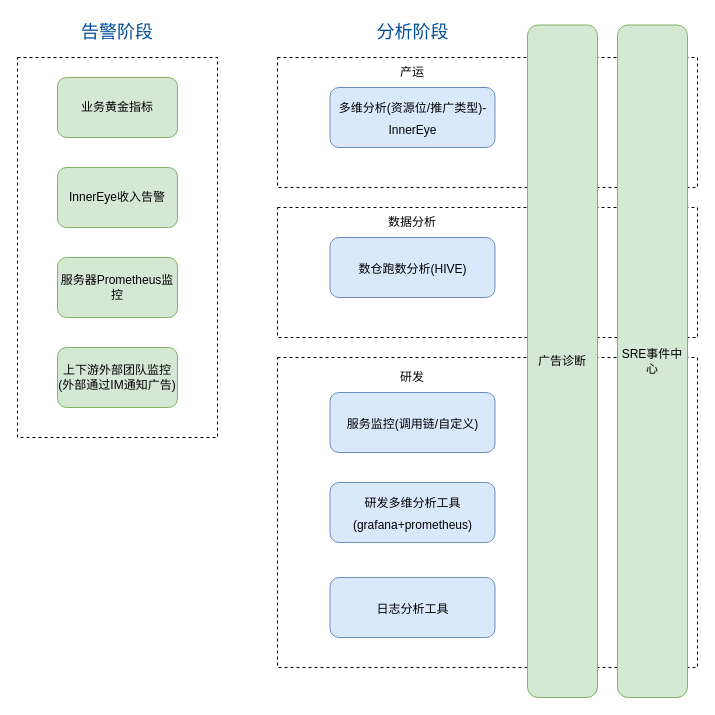
Above: page "问题分析工具" (1 of 2) of universal-engine/业务告警-告警阶段与执行梳理.drawio in karlchan-cn/drawio-repository (draw.io), before the change. Source tidied: cells renumbered, new cells numbered last; positions are measured from the earlier drawing's top-left corner, leaving out a move shared by most shapes. Both pictures are drawn from the tidied source at 100%, with x=0, y=0 at pixel (17, 17).
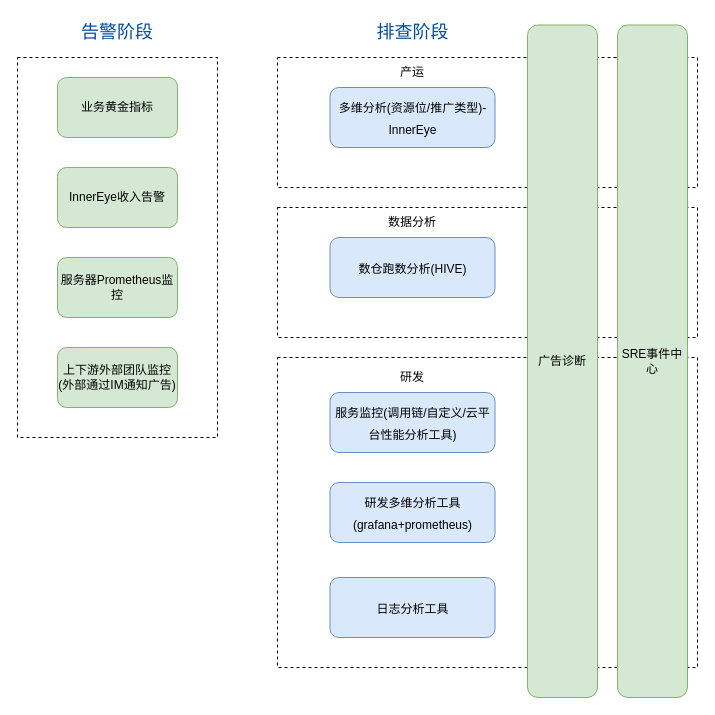
The same diagram, later.

Commit message:
更新业务告警-告警阶段与执行梳理.drawio

What changed in the source:
```diff
@@
-    <mxCell id="9" value="&lt;font style=&quot;font-size: 18px;&quot;&gt;分析阶段&lt;/font&gt;" style="text;html=1;strokeColor=none;fillColor=none;align=center;verticalAlign=middle;whiteSpace=wrap;rounded=0;fontColor=#004C99;" parent="1" vertex="1">
+    <mxCell id="9" value="&lt;font style=&quot;font-size: 18px;&quot;&gt;排查阶段&lt;/font&gt;" style="text;html=1;strokeColor=none;fillColor=none;align=center;verticalAlign=middle;whiteSpace=wrap;rounded=0;fontColor=#004C99;" parent="1" vertex="1">
       <mxGeometry x="327.5" width="135" height="30" as="geometry" />
     </mxCell>
@@
-    <mxCell id="17" value="&lt;span style=&quot;font-size: 12px;&quot;&gt;服务监控(调用链/自定义)&lt;/span&gt;" style="rounded=1;whiteSpace=wrap;html=1;fontSize=18;fillColor=#dae8fc;strokeColor=#6c8ebf;" parent="1" vertex="1">
+    <mxCell id="17" value="&lt;span style=&quot;font-size: 12px;&quot;&gt;服务监控(调用链/自定义/云平台性能分析工具)&lt;/span&gt;" style="rounded=1;whiteSpace=wrap;html=1;fontSize=18;fillColor=#dae8fc;strokeColor=#6c8ebf;" parent="1" vertex="1">
       <mxGeometry x="312.5" y="375" width="165" height="60" as="geometry" />
     </mxCell>
```
